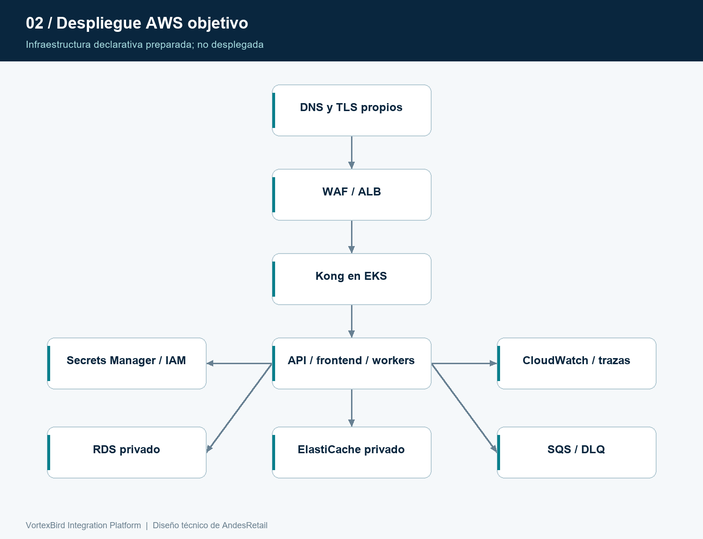
Above: diagrams/rendered/02-aws-deployment.png in Arukado01/vortexbird-documentation (Mermaid), before the change. Its source is kept beside it as diagrams/02-aws-deployment.mmd.
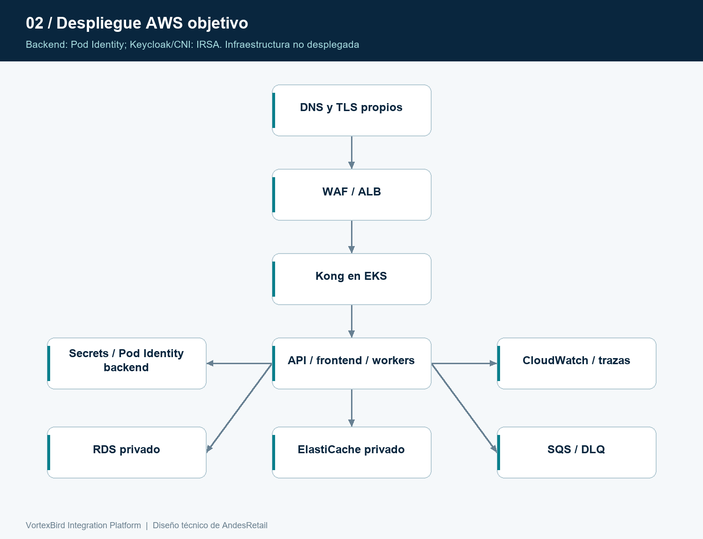
The same diagram one commit later.

The edit, as a diff of the source:
```diff
@@ -5,6 +5,7 @@
   pods --> rds["RDS PostgreSQL privado"]
   pods --> redis["ElastiCache privado"]
   pods --> sqs["SQS y DLQ"]
-  pods --> secrets["Secrets Manager e IAM"]
+  pods --> secrets["Secrets Manager / Pod Identity backend"]
   pods --> metrics["CloudWatch y trazas"]
   note["IaC preparada: no desplegado"] -.-> pods
+  identity["Keycloak y CNI: IRSA"] -.-> pods
```
